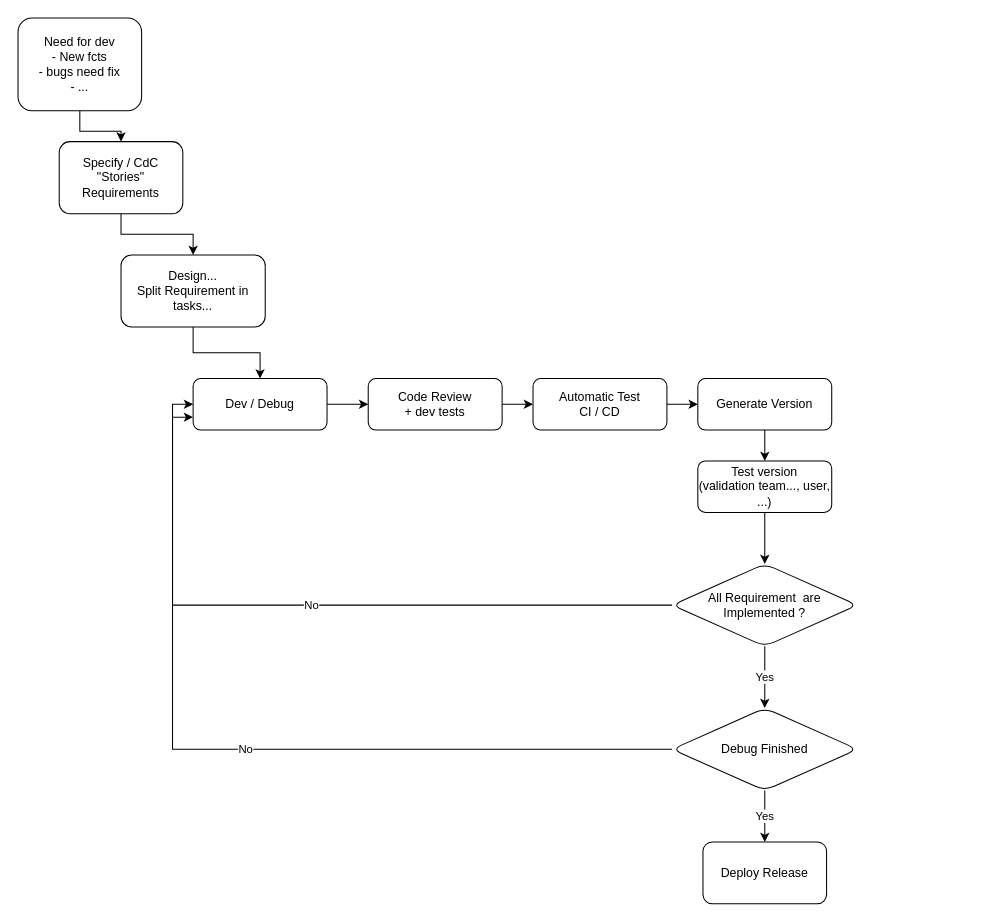
ParaPimo/parapimo-sandbox keeps this draw.io diagram as SW-Process.drawio. Above is the earlier version. Source tidied: cells renumbered, new cells numbered last; positions are measured from the earlier drawing's top-left corner, leaving out a move shared by most shapes. Both pictures are drawn from the tidied source at 103%, with x=0, y=0 at pixel (18, 18).
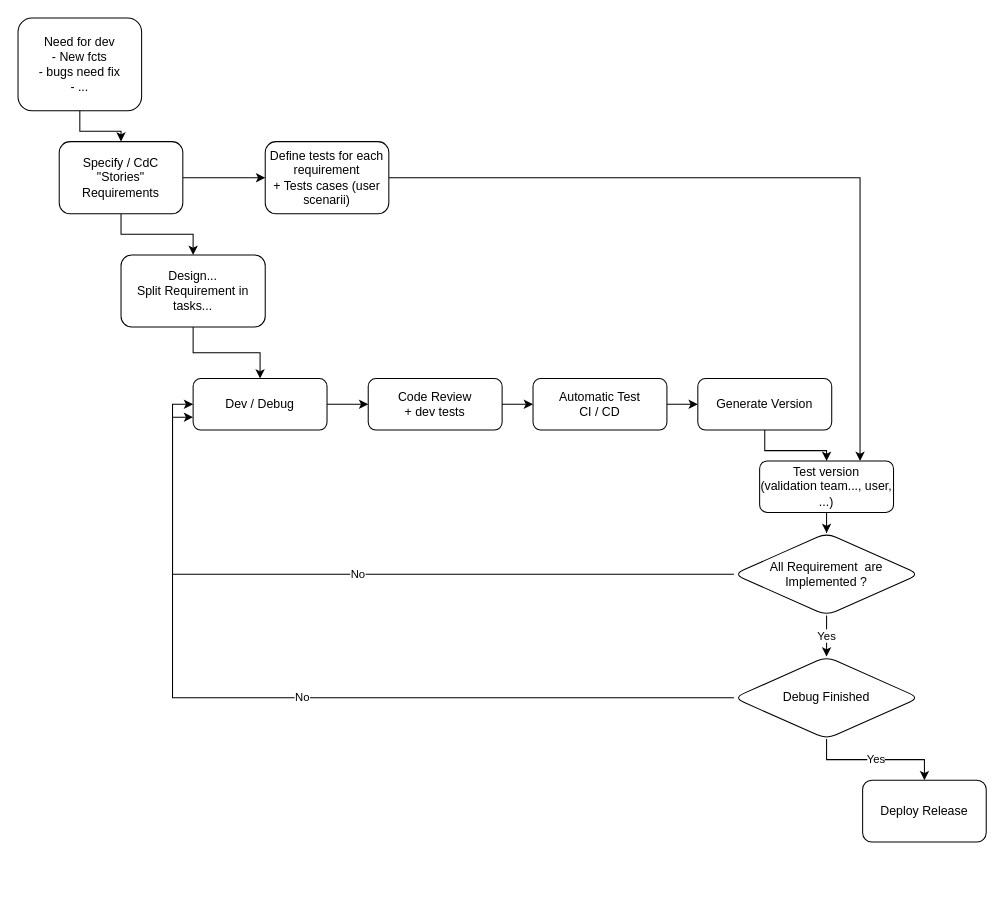
Above is the later version.

Unchanged cells that the change refers to:
```xml
<mxCell id="5" value="Specify / CdC&lt;br&gt;&quot;Stories&quot;&lt;br&gt;Requirements" style="rounded=1;whiteSpace=wrap;html=1;fontSize=12;glass=0;strokeWidth=1;shadow=0;" parent="1" vertex="1">
  <mxGeometry x="40" y="120" width="120" height="70" as="geometry" />
</mxCell>
```

What changed in the source:
```diff
@@
+    <mxCell id="25" style="edgeStyle=orthogonalEdgeStyle;rounded=0;jettySize=auto;html=1;" parent="1" edge="1" source="5" target="27">
+      <mxGeometry relative="1" as="geometry" />
+    </mxCell>
@@
     <mxCell id="17" value="Test version&lt;br&gt;(validation team..., user, ...)" style="rounded=1;whiteSpace=wrap;html=1;fontSize=12;glass=0;strokeWidth=1;shadow=0;" parent="1" vertex="1">
-      <mxGeometry x="660" y="430" width="130" height="50" as="geometry" />
+      <mxGeometry x="720" y="430" width="130" height="50" as="geometry" />
     </mxCell>
@@
     <mxCell id="20" value="All Requirement&amp;nbsp; are Implemented ?" style="rhombus;whiteSpace=wrap;html=1;rounded=1;glass=0;strokeWidth=1;shadow=0;" parent="1" vertex="1">
-      <mxGeometry x="635" y="530" width="180" height="80" as="geometry" />
+      <mxGeometry x="695" y="500" width="180" height="80" as="geometry" />
     </mxCell>
@@
     <mxCell id="23" value="Debug Finished" style="rhombus;whiteSpace=wrap;html=1;rounded=1;glass=0;strokeWidth=1;shadow=0;" parent="1" vertex="1">
-      <mxGeometry x="635" y="670" width="180" height="80" as="geometry" />
+      <mxGeometry x="695" y="620" width="180" height="80" as="geometry" />
     </mxCell>
     <mxCell id="24" value="Deploy Release" style="whiteSpace=wrap;html=1;rounded=1;glass=0;strokeWidth=1;shadow=0;" parent="1" vertex="1">
-      <mxGeometry x="665" y="800" width="120" height="60" as="geometry" />
+      <mxGeometry x="820" y="740" width="120" height="60" as="geometry" />
     </mxCell>
+    <mxCell id="26" style="edgeStyle=orthogonalEdgeStyle;rounded=0;jettySize=auto;html=1;exitX=1;exitY=0.5;exitDx=0;exitDy=0;entryX=0.75;entryY=0;entryDx=0;entryDy=0;" parent="1" edge="1" source="27" target="17">
+      <mxGeometry relative="1" as="geometry" />
+    </mxCell>
+    <mxCell id="27" value="Define tests for each requirement&lt;br&gt;+ Tests cases (user scenarii)" style="rounded=1;whiteSpace=wrap;html=1;fontSize=12;glass=0;strokeWidth=1;shadow=0;" parent="1" vertex="1">
+      <mxGeometry x="240" y="120" width="120" height="70" as="geometry" />
+    </mxCell>
```
